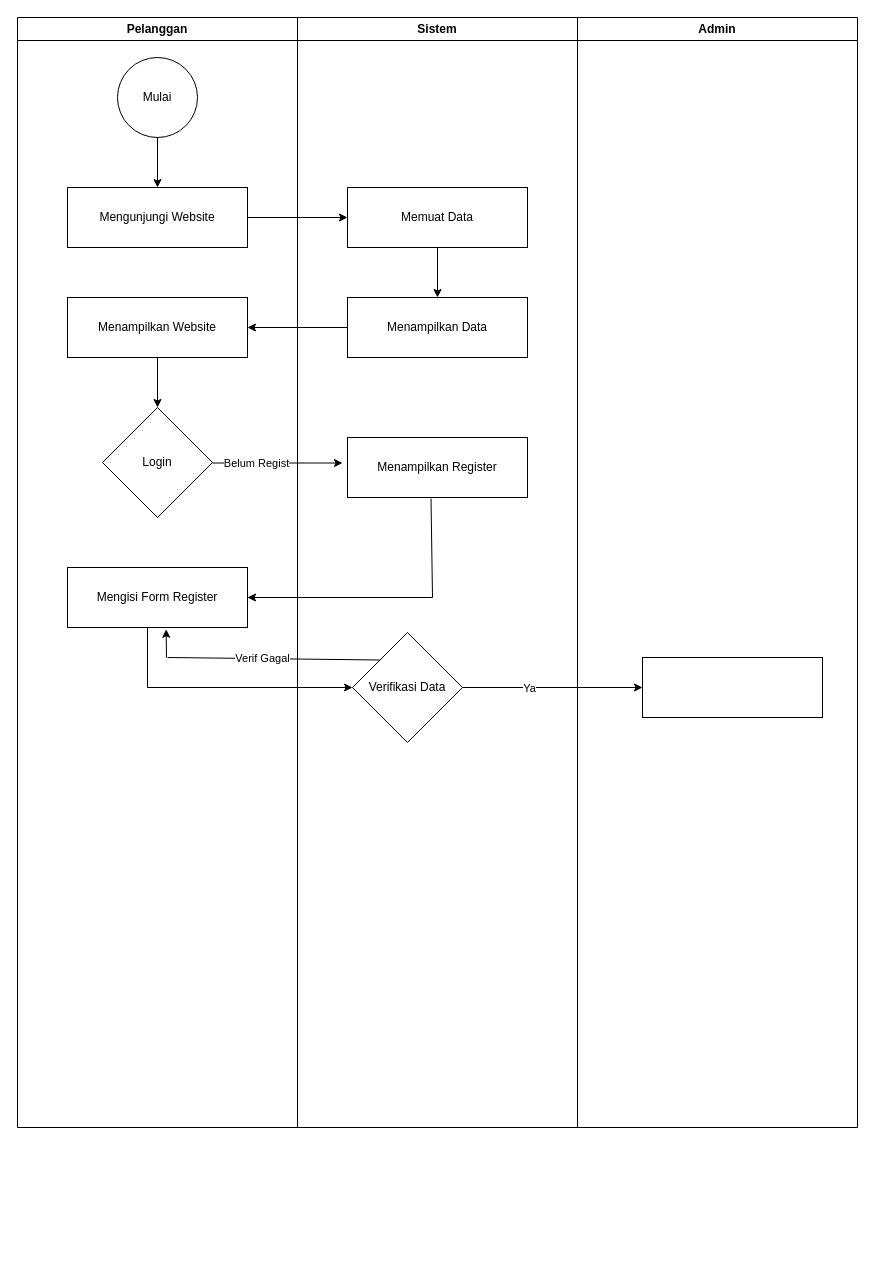
This is Implementasi Via web.drawio from Eara032/drawio, a draw.io file, before an edit. Source tidied: cells renumbered, new cells numbered last; positions are measured from the earlier drawing's top-left corner, leaving out a move shared by most shapes. Both pictures are drawn from the tidied source at 100%, with x=0, y=0 at pixel (17, 17).
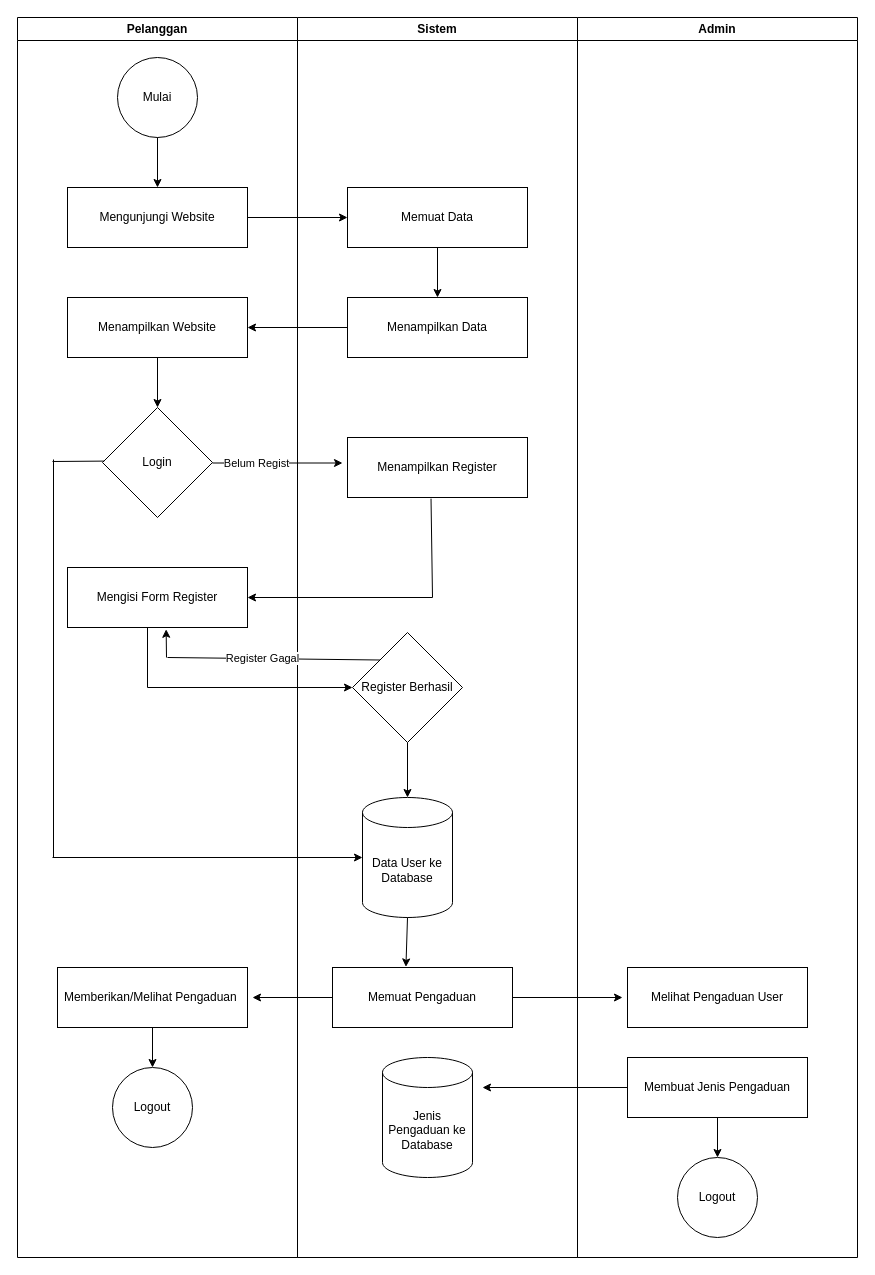
The same diagram, later.

Unchanged cells that the change refers to:
```xml
<mxCell id="23" style="endArrow=none;html=1;rounded=0;exitX=0;exitY=0;exitDx=0;exitDy=0;" parent="14" edge="1" source="22">
  <mxGeometry relative="1" as="geometry">
    <mxPoint x="-130" y="640" as="targetPoint" />
  </mxGeometry>
</mxCell>
```

Diff of the diagram source:
```diff
@@
     <mxCell id="2" value="Pelanggan" style="swimlane;whiteSpace=wrap;html=1;" parent="1" vertex="1">
-      <mxGeometry width="280" height="1110" as="geometry" />
+      <mxGeometry width="280" height="1240" as="geometry" />
     </mxCell>
@@
+    <mxCell id="31" style="endArrow=none;html=1;rounded=0;exitX=0.079;exitY=0.442;exitDx=0;exitDy=0;exitPerimeter=0;" parent="2" edge="1">
+      <mxGeometry relative="1" as="geometry">
+        <mxPoint x="86.7" y="443.6" as="sourcePoint" />
+        <mxPoint x="35" y="444" as="targetPoint" />
+      </mxGeometry>
+    </mxCell>
+    <mxCell id="32" value="Memberikan/Melihat Pengaduan&amp;nbsp;" style="rounded=0;whiteSpace=wrap;html=1;" parent="2" vertex="1">
+      <mxGeometry x="40" y="950" width="190" height="60" as="geometry" />
+    </mxCell>
+    <mxCell id="33" value="Logout" style="ellipse;whiteSpace=wrap;html=1;" parent="2" vertex="1">
+      <mxGeometry x="95" y="1050" width="80" height="80" as="geometry" />
+    </mxCell>
+    <mxCell id="34" style="endArrow=classic;html=1;rounded=0;exitX=0.5;exitY=1;exitDx=0;exitDy=0;" parent="2" edge="1" source="32" target="33">
+      <mxGeometry relative="1" as="geometry" />
+    </mxCell>
     <mxCell id="14" value="Sistem" style="swimlane;whiteSpace=wrap;html=1;" parent="1" vertex="1">
-      <mxGeometry x="280" width="280" height="1110" as="geometry" />
+      <mxGeometry x="280" width="280" height="1240" as="geometry" />
     </mxCell>
@@
-    <mxCell id="22" value="Verifikasi Data" style="rhombus;whiteSpace=wrap;html=1;" parent="14" vertex="1">
+    <mxCell id="22" value="Register Berhasil" style="rhombus;whiteSpace=wrap;html=1;" parent="14" vertex="1">
       <mxGeometry x="55" y="615" width="110" height="110" as="geometry" />
     </mxCell>
@@
-    <mxCell id="24" value="Verif Gagal" style="edgeLabel;html=1;align=center;verticalAlign=middle;" parent="23" vertex="1">
+    <mxCell id="24" value="Register Gagal" style="edgeLabel;html=1;align=center;verticalAlign=middle;" parent="23" vertex="1">
       <mxGeometry x="0.11" y="-1" relative="1" as="geometry" />
     </mxCell>
+    <mxCell id="35" value="Data User ke Database" style="shape=cylinder3;whiteSpace=wrap;html=1;boundedLbl=1;backgroundOutline=1;size=15;direction=east;" parent="14" vertex="1">
+      <mxGeometry x="65" y="780" width="90" height="120" as="geometry" />
+    </mxCell>
+    <mxCell id="36" style="endArrow=classic;html=1;rounded=0;exitX=0.5;exitY=1;exitDx=0;exitDy=0;" parent="14" edge="1" source="22" target="35">
+      <mxGeometry relative="1" as="geometry" />
+    </mxCell>
+    <mxCell id="37" value="Memuat Pengaduan" style="rounded=0;whiteSpace=wrap;html=1;" parent="14" vertex="1">
+      <mxGeometry x="35" y="950" width="180" height="60" as="geometry" />
+    </mxCell>
+    <mxCell id="38" style="endArrow=classic;html=1;rounded=0;exitX=0.5;exitY=1;exitDx=0;exitDy=0;exitPerimeter=0;entryX=0.408;entryY=-0.01;entryDx=0;entryDy=0;entryPerimeter=0;" parent="14" edge="1" source="35" target="37">
+      <mxGeometry relative="1" as="geometry" />
+    </mxCell>
+    <mxCell id="39" value="Jenis Pengaduan ke Database" style="shape=cylinder3;whiteSpace=wrap;html=1;boundedLbl=1;backgroundOutline=1;size=15;direction=east;" parent="14" vertex="1">
+      <mxGeometry x="85" y="1040" width="90" height="120" as="geometry" />
+    </mxCell>
     <mxCell id="25" value="Admin" style="swimlane;whiteSpace=wrap;html=1;" parent="1" vertex="1">
-      <mxGeometry x="560" width="280" height="1110" as="geometry" />
+      <mxGeometry x="560" width="280" height="1240" as="geometry" />
     </mxCell>
-    <mxCell id="26" style="rounded=0;whiteSpace=wrap;html=1;" parent="25" vertex="1">
-      <mxGeometry x="65" y="640" width="180" height="60" as="geometry" />
-    </mxCell>
+    <mxCell id="40" value="Melihat Pengaduan User" style="rounded=0;whiteSpace=wrap;html=1;" parent="25" vertex="1">
+      <mxGeometry x="50" y="950" width="180" height="60" as="geometry" />
+    </mxCell>
+    <mxCell id="41" value="Membuat Jenis Pengaduan" style="rounded=0;whiteSpace=wrap;html=1;" parent="25" vertex="1">
+      <mxGeometry x="50" y="1040" width="180" height="60" as="geometry" />
+    </mxCell>
+    <mxCell id="42" value="Logout" style="ellipse;whiteSpace=wrap;html=1;" parent="25" vertex="1">
+      <mxGeometry x="100" y="1140" width="80" height="80" as="geometry" />
+    </mxCell>
+    <mxCell id="43" style="endArrow=classic;html=1;rounded=0;exitX=0.5;exitY=1;exitDx=0;exitDy=0;entryX=0.5;entryY=0;entryDx=0;entryDy=0;" parent="25" edge="1" source="41" target="42">
+      <mxGeometry relative="1" as="geometry" />
+    </mxCell>
@@
-    <mxCell id="29" style="endArrow=classic;html=1;rounded=0;exitX=1;exitY=0.5;exitDx=0;exitDy=0;entryX=0;entryY=0.5;entryDx=0;entryDy=0;" parent="1" edge="1" source="22" target="26">
-      <mxGeometry relative="1" as="geometry" />
-    </mxCell>
-    <mxCell id="30" value="Ya" style="edgeLabel;html=1;align=center;verticalAlign=middle;" parent="29" vertex="1">
-      <mxGeometry x="-0.27" relative="1" as="geometry" />
-    </mxCell>
+    <mxCell id="44" style="endArrow=none;html=1;rounded=0;" parent="1" edge="1">
+      <mxGeometry relative="1" as="geometry">
+        <mxPoint x="36" y="442" as="sourcePoint" />
+        <mxPoint x="36" y="840" as="targetPoint" />
+      </mxGeometry>
+    </mxCell>
+    <mxCell id="45" style="endArrow=classic;html=1;rounded=0;" parent="1" edge="1" target="35">
+      <mxGeometry relative="1" as="geometry">
+        <mxPoint x="35" y="840" as="sourcePoint" />
+      </mxGeometry>
+    </mxCell>
+    <mxCell id="46" style="endArrow=classic;html=1;rounded=0;exitX=0;exitY=0.5;exitDx=0;exitDy=0;" parent="1" edge="1" source="37">
+      <mxGeometry relative="1" as="geometry">
+        <mxPoint x="235" y="980" as="targetPoint" />
+      </mxGeometry>
+    </mxCell>
+    <mxCell id="47" style="endArrow=classic;html=1;rounded=0;exitX=1;exitY=0.5;exitDx=0;exitDy=0;" parent="1" edge="1" source="37">
+      <mxGeometry relative="1" as="geometry">
+        <mxPoint x="605" y="980" as="targetPoint" />
+      </mxGeometry>
+    </mxCell>
+    <mxCell id="48" style="endArrow=classic;html=1;rounded=0;exitX=0;exitY=0.5;exitDx=0;exitDy=0;" parent="1" edge="1" source="41">
+      <mxGeometry relative="1" as="geometry">
+        <mxPoint x="465" y="1070" as="targetPoint" />
+      </mxGeometry>
+    </mxCell>
```
